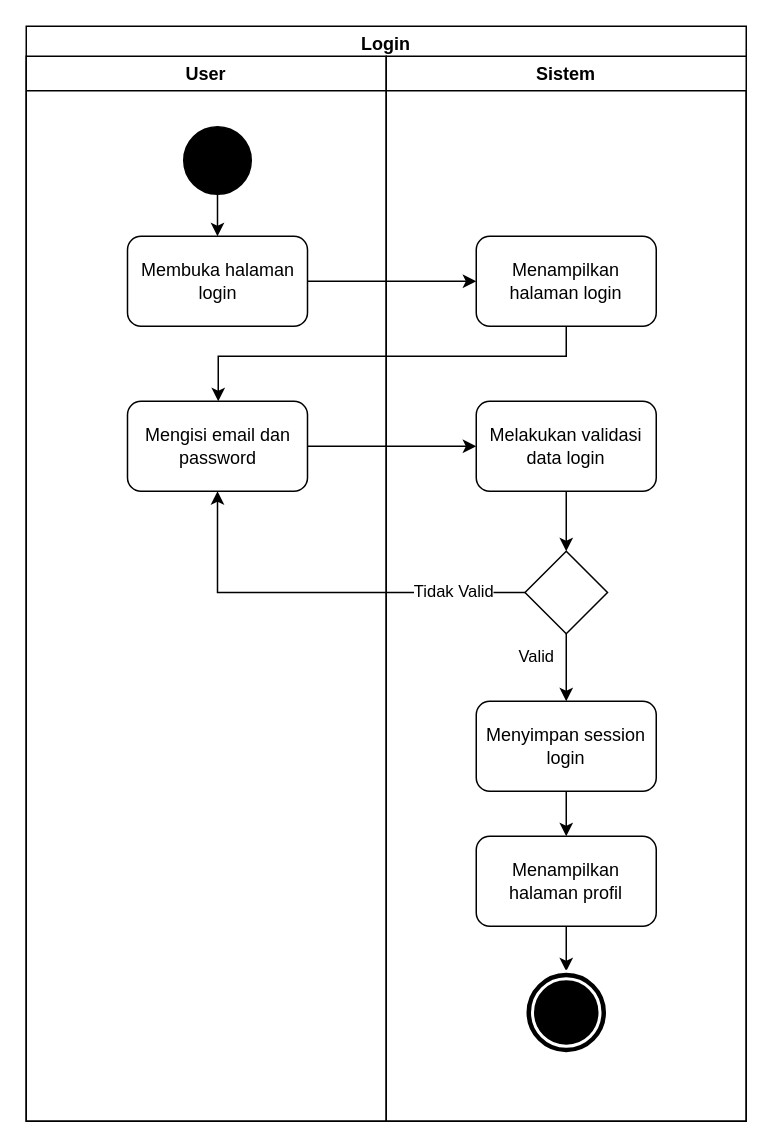
Before: Diagram/Activity Diagram/3. login.drawio in techie-jhs/thesis, a draw.io diagram. Source tidied: cells renumbered, new cells numbered last; positions are measured from the earlier drawing's top-left corner, leaving out a move shared by most shapes. Both pictures are drawn from the tidied source at 150%, with x=0, y=0 at pixel (26, 26).
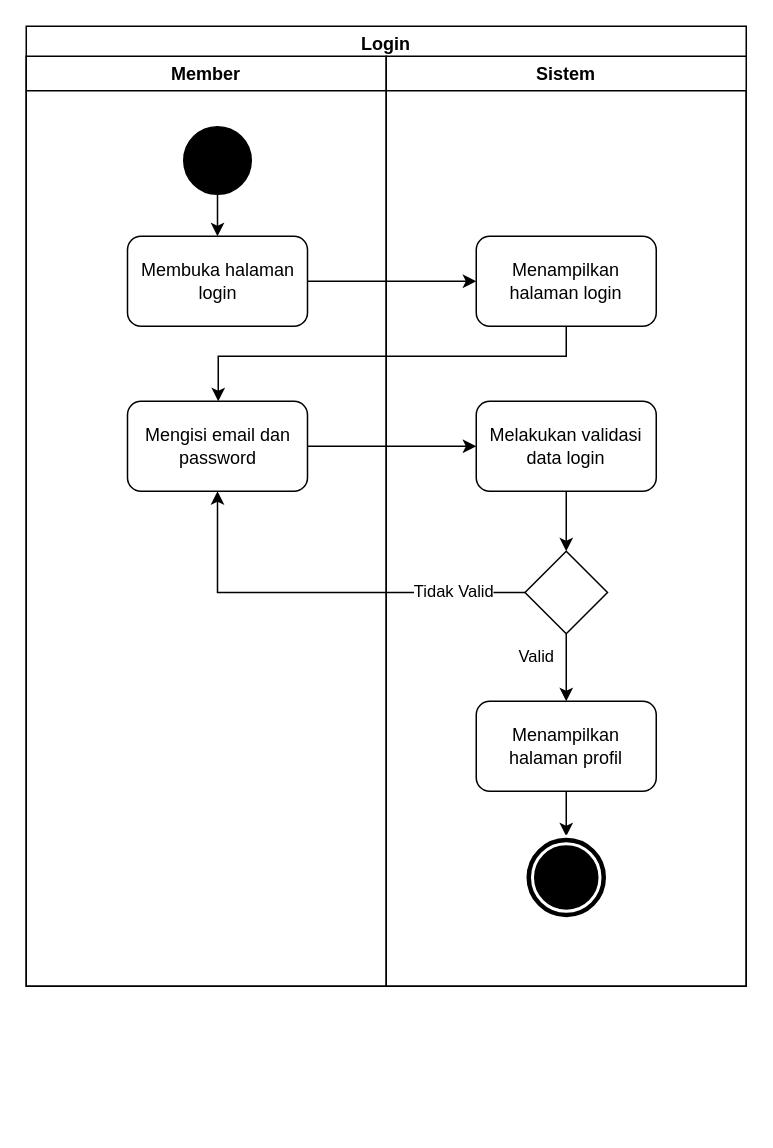
Above is the later version.

Diff of the diagram source:
```diff
@@
     <mxCell id="2" value="Login" style="swimlane;fillColor=none;" parent="1" vertex="1">
-      <mxGeometry width="480" height="730" as="geometry" />
+      <mxGeometry width="480" height="640" as="geometry" />
     </mxCell>
-    <mxCell id="3" value="User" style="swimlane;" parent="2" vertex="1">
-      <mxGeometry y="20" width="240" height="710" as="geometry" />
+    <mxCell id="3" value="Member" style="swimlane;startSize=23;" parent="2" vertex="1">
+      <mxGeometry y="20" width="240" height="620" as="geometry" />
     </mxCell>
@@
     <mxCell id="8" value="Sistem" style="swimlane;" parent="2" vertex="1">
-      <mxGeometry x="240" y="20" width="240" height="710" as="geometry" />
+      <mxGeometry x="240" y="20" width="240" height="620" as="geometry" />
     </mxCell>
@@
+    <mxCell id="24" style="edgeStyle=orthogonalEdgeStyle;rounded=0;jettySize=auto;html=1;exitX=0.5;exitY=1;exitDx=0;exitDy=0;" parent="8" edge="1" source="13" target="17">
+      <mxGeometry relative="1" as="geometry" />
+    </mxCell>
-    <mxCell id="13" value="Menyimpan session login" style="rounded=1;whiteSpace=wrap;html=1;fillColor=none;" parent="8" vertex="1">
+    <mxCell id="13" value="Menampilkan halaman profil" style="rounded=1;whiteSpace=wrap;html=1;fillColor=none;" parent="8" vertex="1">
       <mxGeometry x="60" y="430" width="120" height="60" as="geometry" />
     </mxCell>
-    <mxCell id="14" style="edgeStyle=orthogonalEdgeStyle;rounded=0;jettySize=auto;html=1;entryX=0.5;entryY=0;entryDx=0;entryDy=0;" parent="8" edge="1" source="13" target="16">
-      <mxGeometry relative="1" as="geometry" />
-    </mxCell>
-    <mxCell id="15" style="edgeStyle=orthogonalEdgeStyle;rounded=0;jettySize=auto;html=1;" parent="8" edge="1" source="16" target="17">
-      <mxGeometry relative="1" as="geometry" />
-    </mxCell>
-    <mxCell id="16" value="Menampilkan halaman profil" style="whiteSpace=wrap;html=1;fillColor=none;rounded=1;" parent="8" vertex="1">
-      <mxGeometry x="60" y="520" width="120" height="60" as="geometry" />
-    </mxCell>
     <mxCell id="17" style="ellipse;shape=doubleEllipse;whiteSpace=wrap;html=1;fillColor=#000000;strokeColor=#FFFFFF;strokeWidth=2;" parent="8" vertex="1">
-      <mxGeometry x="92.5" y="610" width="55" height="55" as="geometry" />
+      <mxGeometry x="92.5" y="520" width="55" height="55" as="geometry" />
     </mxCell>
```
